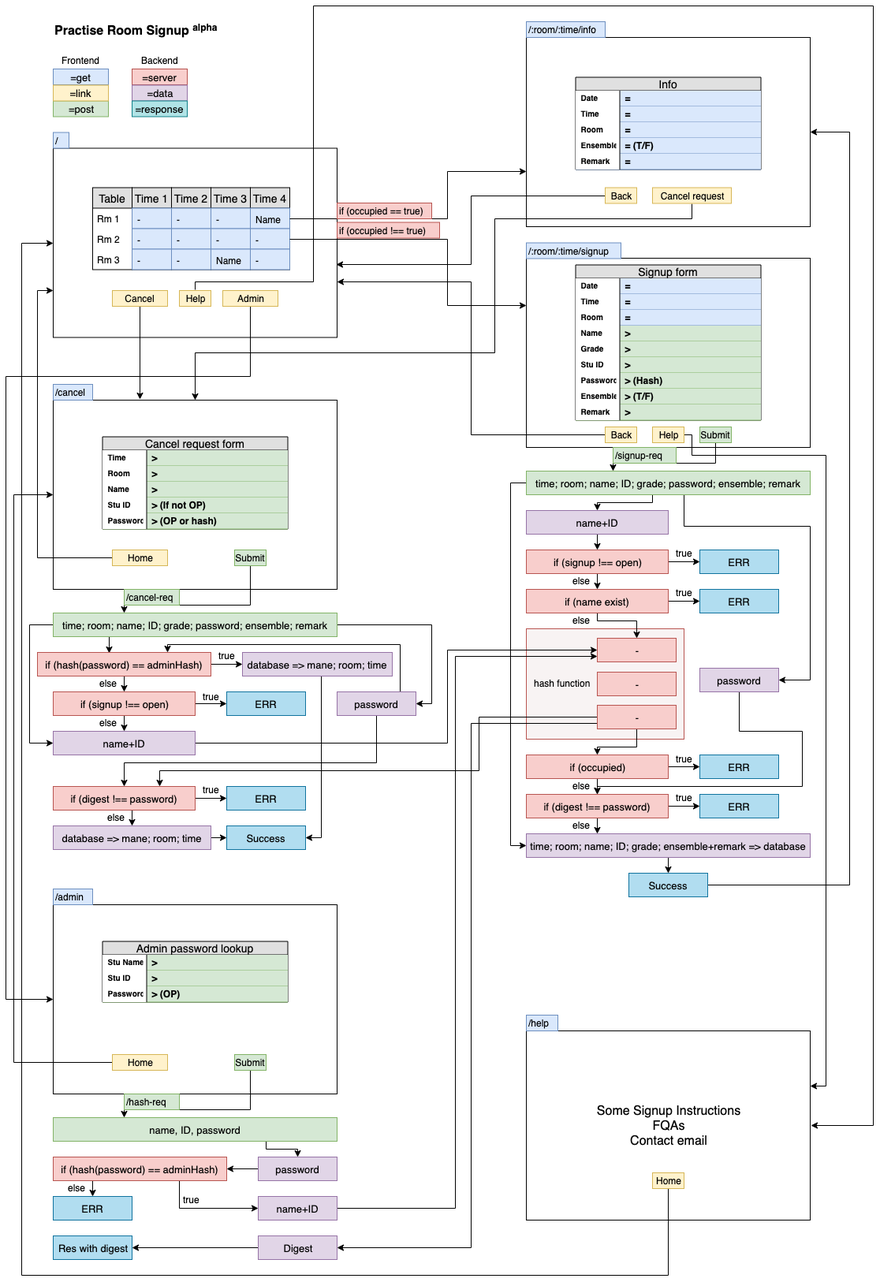
This is PractiseRoomSignupAlphaFlow.png from ncpatst/PractiseRoomSignup, a draw.io export, as it was before one commit. Source tidied: cells renumbered, new cells last; positions are measured from the earlier drawing's top-left corner, leaving out a move shared by most shapes.
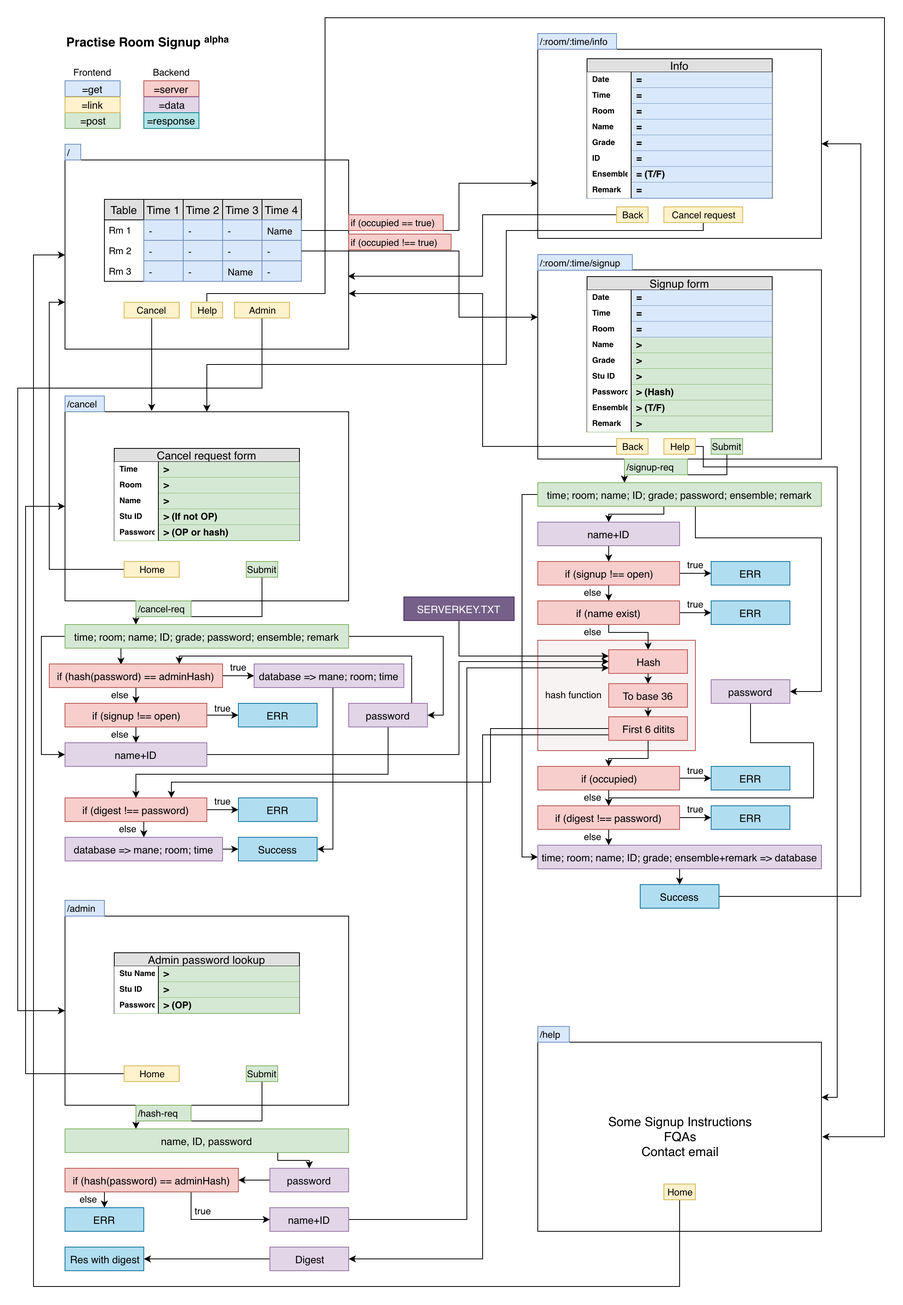
After the change.

Commit message:
update flow chart

The edit, as a diff of the source:
```diff
@@ -126,7 +126,7 @@
       <mxGeometry x="420" y="274.5" width="130" height="20" as="geometry" />
     </mxCell>
     <mxCell id="37" value="Info" style="swimlane;fontStyle=0;horizontal=1;startSize=17;fillColor=#e0e0e0;swimlaneFillColor=#ffffff;align=center;fontSize=14;shadow=0;" parent="1" vertex="1">
-      <mxGeometry x="722.5" y="90.5" width="235" height="117" as="geometry" />
+      <mxGeometry x="722.5" y="52" width="235" height="177" as="geometry" />
     </mxCell>
     <mxCell id="38" value="=" style="shape=partialRectangle;top=0;left=0;right=0;bottom=1;align=left;verticalAlign=middle;fillColor=#dae8fc;spacingLeft=60;spacingRight=4;overflow=hidden;fontStyle=1;fontSize=12;strokeColor=#6c8ebf;" parent="37" vertex="1">
       <mxGeometry y="17" width="235" height="20" as="geometry" />
@@ -146,14 +146,32 @@
     <mxCell id="43" value="Room" style="shape=partialRectangle;fontStyle=1;top=0;left=0;bottom=0;align=left;verticalAlign=middle;spacingLeft=4;spacingRight=4;overflow=hidden;fontSize=10;" parent="42" vertex="1">
       <mxGeometry width="56" height="20" as="geometry" />
     </mxCell>
+    <mxCell id="216" value="=" style="shape=partialRectangle;top=0;left=0;right=0;bottom=1;align=left;verticalAlign=middle;fillColor=#dae8fc;spacingLeft=60;spacingRight=4;overflow=hidden;fontStyle=1;fontSize=12;strokeColor=#6c8ebf;" parent="37" vertex="1">
+      <mxGeometry y="77" width="235" height="20" as="geometry" />
+    </mxCell>
+    <mxCell id="217" value="Name" style="shape=partialRectangle;fontStyle=1;top=0;left=0;bottom=0;align=left;verticalAlign=middle;spacingLeft=4;spacingRight=4;overflow=hidden;fontSize=10;" parent="216" vertex="1">
+      <mxGeometry width="56" height="20" as="geometry" />
+    </mxCell>
+    <mxCell id="218" value="=" style="shape=partialRectangle;top=0;left=0;right=0;bottom=1;align=left;verticalAlign=middle;fillColor=#dae8fc;spacingLeft=60;spacingRight=4;overflow=hidden;fontStyle=1;fontSize=12;strokeColor=#6c8ebf;" parent="37" vertex="1">
+      <mxGeometry y="97" width="235" height="20" as="geometry" />
+    </mxCell>
+    <mxCell id="219" value="Grade" style="shape=partialRectangle;fontStyle=1;top=0;left=0;bottom=0;align=left;verticalAlign=middle;spacingLeft=4;spacingRight=4;overflow=hidden;fontSize=10;" parent="218" vertex="1">
+      <mxGeometry width="56" height="20" as="geometry" />
+    </mxCell>
+    <mxCell id="220" value="=" style="shape=partialRectangle;top=0;left=0;right=0;bottom=1;align=left;verticalAlign=middle;fillColor=#dae8fc;spacingLeft=60;spacingRight=4;overflow=hidden;fontStyle=1;fontSize=12;strokeColor=#6c8ebf;" parent="37" vertex="1">
+      <mxGeometry y="117" width="235" height="20" as="geometry" />
+    </mxCell>
+    <mxCell id="221" value="ID" style="shape=partialRectangle;fontStyle=1;top=0;left=0;bottom=0;align=left;verticalAlign=middle;spacingLeft=4;spacingRight=4;overflow=hidden;fontSize=10;" parent="220" vertex="1">
+      <mxGeometry width="56" height="20" as="geometry" />
+    </mxCell>
     <mxCell id="44" value="= (T/F)" style="shape=partialRectangle;top=0;left=0;right=0;bottom=1;align=left;verticalAlign=middle;fillColor=#dae8fc;spacingLeft=60;spacingRight=4;overflow=hidden;fontStyle=1;fontSize=12;strokeColor=#6c8ebf;" parent="37" vertex="1">
-      <mxGeometry y="77" width="235" height="20" as="geometry" />
+      <mxGeometry y="137" width="235" height="20" as="geometry" />
     </mxCell>
     <mxCell id="45" value="Ensemble" style="shape=partialRectangle;fontStyle=1;top=0;left=0;bottom=0;align=left;verticalAlign=middle;spacingLeft=4;spacingRight=4;overflow=hidden;fontSize=10;" parent="44" vertex="1">
       <mxGeometry width="56" height="20" as="geometry" />
     </mxCell>
     <mxCell id="46" value="=" style="shape=partialRectangle;top=0;left=0;right=0;bottom=1;align=left;verticalAlign=middle;fillColor=#dae8fc;spacingLeft=60;spacingRight=4;overflow=hidden;fontStyle=1;fontSize=12;strokeColor=#6c8ebf;" parent="37" vertex="1">
-      <mxGeometry y="97" width="235" height="20" as="geometry" />
+      <mxGeometry y="157" width="235" height="20" as="geometry" />
     </mxCell>
     <mxCell id="47" value="Remark" style="shape=partialRectangle;fontStyle=1;top=0;left=0;bottom=0;align=left;verticalAlign=middle;spacingLeft=4;spacingRight=4;overflow=hidden;fontSize=10;" parent="46" vertex="1">
       <mxGeometry width="56" height="20" as="geometry" />
@@ -162,7 +180,7 @@
       <mxGeometry relative="1" as="geometry" />
     </mxCell>
     <mxCell id="49" value="Back" style="rounded=0;whiteSpace=wrap;html=1;shadow=0;fillColor=#fff2cc;strokeColor=#d6b656;" parent="1" vertex="1">
-      <mxGeometry x="760" y="230.5" width="40" height="20" as="geometry" />
+      <mxGeometry x="760" y="240" width="40" height="20" as="geometry" />
     </mxCell>
     <mxCell id="50" style="edgeStyle=orthogonalEdgeStyle;rounded=0;jettySize=auto;html=1;exitX=0.5;exitY=1;exitDx=0;exitDy=0;" parent="1" edge="1" source="51" target="136">
       <mxGeometry relative="1" as="geometry">
@@ -175,7 +193,7 @@
       </mxGeometry>
     </mxCell>
     <mxCell id="51" value="Cancel request" style="rounded=0;whiteSpace=wrap;html=1;shadow=0;fillColor=#fff2cc;strokeColor=#d6b656;" parent="1" vertex="1">
-      <mxGeometry x="820" y="230.5" width="100" height="20" as="geometry" />
+      <mxGeometry x="820" y="240" width="100" height="20" as="geometry" />
     </mxCell>
     <mxCell id="52" value="Signup form" style="swimlane;fontStyle=0;horizontal=1;startSize=17;fillColor=#e0e0e0;swimlaneFillColor=#ffffff;align=center;fontSize=14;shadow=0;" parent="1" vertex="1">
       <mxGeometry x="722.5" y="328.5" width="235" height="197" as="geometry" />
@@ -348,7 +366,10 @@
     <mxCell id="98" value="else" style="text;html=1;align=center;verticalAlign=top;spacingTop=-4;" parent="1" vertex="1">
       <mxGeometry x="710" y="720" width="40" height="20" as="geometry" />
     </mxCell>
+    <mxCell id="222" style="edgeStyle=orthogonalEdgeStyle;rounded=0;jettySize=auto;html=1;exitX=0.5;exitY=1;exitDx=0;exitDy=0;entryX=0.5;entryY=0;entryDx=0;entryDy=0;" parent="1" edge="1" source="99" target="102">
+      <mxGeometry relative="1" as="geometry" />
+    </mxCell>
-    <mxCell id="99" value="-" style="rounded=0;whiteSpace=wrap;html=1;shadow=0;fontSize=13;align=center;fillColor=#f8cecc;strokeColor=#b85450;" parent="1" vertex="1">
+    <mxCell id="99" value="Hash" style="rounded=0;whiteSpace=wrap;html=1;shadow=0;fontSize=13;align=center;fillColor=#f8cecc;strokeColor=#b85450;" parent="1" vertex="1">
       <mxGeometry x="750" y="802" width="100" height="30" as="geometry" />
     </mxCell>
     <mxCell id="100" style="edgeStyle=orthogonalEdgeStyle;rounded=0;jettySize=auto;html=1;exitX=0.5;exitY=1;exitDx=0;exitDy=0;entryX=0.5;entryY=0;entryDx=0;entryDy=0;" parent="1" edge="1" source="101" target="89">
@@ -357,7 +378,10 @@
     <mxCell id="101" value="&lt;span style=&quot;white-space: normal&quot;&gt;name+ID&lt;/span&gt;" style="rounded=0;whiteSpace=wrap;html=1;shadow=0;fontSize=13;align=center;fillColor=#e1d5e7;strokeColor=#9673a6;" parent="1" vertex="1">
       <mxGeometry x="660" y="640" width="180" height="30" as="geometry" />
     </mxCell>
+    <mxCell id="223" style="edgeStyle=orthogonalEdgeStyle;rounded=0;jettySize=auto;html=1;exitX=0.5;exitY=1;exitDx=0;exitDy=0;entryX=0.5;entryY=0;entryDx=0;entryDy=0;" parent="1" edge="1" source="102" target="106">
+      <mxGeometry relative="1" as="geometry" />
+    </mxCell>
-    <mxCell id="102" value="-" style="rounded=0;whiteSpace=wrap;html=1;shadow=0;fontSize=13;align=center;fillColor=#f8cecc;strokeColor=#b85450;" parent="1" vertex="1">
+    <mxCell id="102" value="To base 36" style="rounded=0;whiteSpace=wrap;html=1;shadow=0;fontSize=13;align=center;fillColor=#f8cecc;strokeColor=#b85450;" parent="1" vertex="1">
       <mxGeometry x="750" y="845" width="100" height="30" as="geometry" />
     </mxCell>
     <mxCell id="103" style="edgeStyle=orthogonalEdgeStyle;rounded=0;jettySize=auto;html=1;exitX=0.5;exitY=1;exitDx=0;exitDy=0;entryX=0.5;entryY=0;entryDx=0;entryDy=0;" parent="1" edge="1" source="106" target="113">
@@ -385,7 +409,7 @@
         </Array>
       </mxGeometry>
     </mxCell>
-    <mxCell id="106" value="-" style="rounded=0;whiteSpace=wrap;html=1;shadow=0;fontSize=13;align=center;fillColor=#f8cecc;strokeColor=#b85450;" parent="1" vertex="1">
+    <mxCell id="106" value="First 6 ditits" style="rounded=0;whiteSpace=wrap;html=1;shadow=0;fontSize=13;align=center;fillColor=#f8cecc;strokeColor=#b85450;" parent="1" vertex="1">
       <mxGeometry x="750" y="887" width="100" height="30" as="geometry" />
     </mxCell>
     <mxCell id="107" value="else" style="text;html=1;align=center;verticalAlign=top;spacingTop=-4;" parent="1" vertex="1">
@@ -805,5 +829,11 @@
     <mxCell id="215" value="Res with digest" style="rounded=0;whiteSpace=wrap;html=1;shadow=0;fontSize=13;align=center;fillColor=#b1ddf0;strokeColor=#10739e;" parent="1" vertex="1">
       <mxGeometry x="60" y="1560" width="100" height="30" as="geometry" />
     </mxCell>
+    <mxCell id="224" style="edgeStyle=orthogonalEdgeStyle;rounded=0;jettySize=auto;html=1;exitX=0.5;exitY=1;exitDx=0;exitDy=0;entryX=0;entryY=0.25;entryDx=0;entryDy=0;" parent="1" edge="1" source="225" target="99">
+      <mxGeometry relative="1" as="geometry" />
+    </mxCell>
+    <mxCell id="225" value="&lt;span style=&quot;white-space: normal&quot;&gt;SERVERKEY.TXT&lt;/span&gt;" style="rounded=0;whiteSpace=wrap;html=1;shadow=0;fontSize=13;align=center;fillColor=#76608a;strokeColor=#432D57;fontColor=#ffffff;" parent="1" vertex="1">
+      <mxGeometry x="490" y="735" width="140" height="30" as="geometry" />
+    </mxCell>
   </root>
 </mxGraphModel>
```
